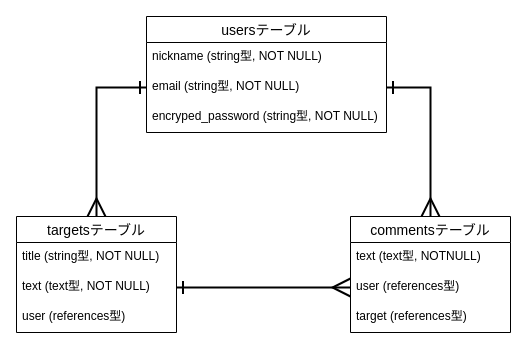
Above: test.dio in shizuka-yamamoto/maccho-app (draw.io), before the change. Source tidied: cells renumbered, new cells numbered last; positions are measured from the earlier drawing's top-left corner, leaving out a move shared by most shapes. Both pictures are drawn from the tidied source at 100%, with x=0, y=0 at pixel (16, 16).
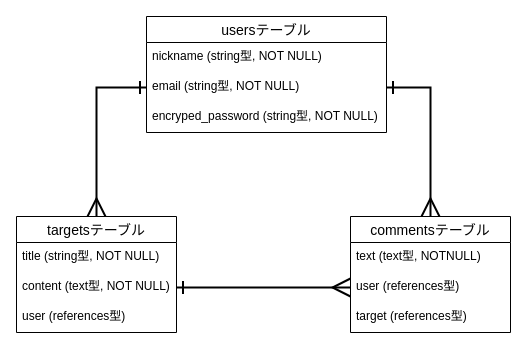
The same diagram, later.

Commit message (it also covers changes not shown here):
カラム名の修正

What changed in the source:
```diff
@@
 <mxGraphModel>
   <root>
     <mxCell id="0" />
     <mxCell id="1" parent="0" />
     <mxCell id="2" value="usersテーブル" style="swimlane;fontStyle=0;horizontal=1;startSize=26;align=center;fontSize=14;labelBackgroundColor=none;" parent="1" vertex="1">
       <mxGeometry x="130" width="240" height="116" as="geometry" />
     </mxCell>
     <mxCell id="3" value="nickname (string型, NOT NULL)" style="text;strokeColor=none;fillColor=none;spacingLeft=4;spacingRight=4;overflow=hidden;fontSize=12;" parent="2" vertex="1">
       <mxGeometry y="26" width="240" height="30" as="geometry" />
     </mxCell>
     <mxCell id="4" value="email (string型, NOT NULL)" style="text;strokeColor=none;fillColor=none;spacingLeft=4;spacingRight=4;overflow=hidden;points=[[0,0.5],[1,0.5]];portConstraint=eastwest;fontSize=12;" parent="2" vertex="1">
       <mxGeometry y="56" width="240" height="30" as="geometry" />
     </mxCell>
     <mxCell id="5" value="encryped_password (string型, NOT NULL)" style="text;strokeColor=none;fillColor=none;spacingLeft=4;spacingRight=4;overflow=hidden;fontSize=12;" parent="2" vertex="1">
       <mxGeometry y="86" width="240" height="30" as="geometry" />
     </mxCell>
     <mxCell id="6" style="edgeStyle=orthogonalEdgeStyle;rounded=0;jettySize=auto;html=1;entryX=0;entryY=0.5;entryDx=0;entryDy=0;endArrow=ERone;endFill=0;endSize=10;startArrow=ERmany;startFill=0;startSize=15;strokeWidth=2;" parent="1" edge="1" source="7" target="4">
       <mxGeometry relative="1" as="geometry" />
     </mxCell>
     <mxCell id="7" value="targetsテーブル" style="swimlane;fontStyle=0;horizontal=1;startSize=26;align=center;fontSize=14;" parent="1" vertex="1">
       <mxGeometry y="200" width="160" height="116" as="geometry" />
     </mxCell>
     <mxCell id="8" value="title (string型, NOT NULL)" style="text;strokeColor=none;fillColor=none;spacingLeft=4;spacingRight=4;overflow=hidden;fontSize=12;" parent="7" vertex="1">
       <mxGeometry y="26" width="160" height="30" as="geometry" />
     </mxCell>
-    <mxCell id="9" value="text (text型, NOT NULL)" style="text;strokeColor=none;fillColor=none;spacingLeft=4;spacingRight=4;overflow=hidden;points=[[0,0.5],[1,0.5]];portConstraint=eastwest;fontSize=12;" parent="7" vertex="1">
+    <mxCell id="9" value="content (text型, NOT NULL)" style="text;strokeColor=none;fillColor=none;spacingLeft=4;spacingRight=4;overflow=hidden;points=[[0,0.5],[1,0.5]];portConstraint=eastwest;fontSize=12;" parent="7" vertex="1">
       <mxGeometry y="56" width="160" height="30" as="geometry" />
     </mxCell>
     <mxCell id="10" value="user (references型)" style="text;strokeColor=none;fillColor=none;spacingLeft=4;spacingRight=4;overflow=hidden;fontSize=12;" parent="7" vertex="1">
       <mxGeometry y="86" width="160" height="30" as="geometry" />
     </mxCell>
     <mxCell id="11" style="edgeStyle=orthogonalEdgeStyle;rounded=0;jettySize=auto;html=1;exitX=0.5;exitY=0;exitDx=0;exitDy=0;entryX=1;entryY=0.5;entryDx=0;entryDy=0;startArrow=ERmany;startFill=0;endArrow=ERone;endFill=0;startSize=15;endSize=10;strokeWidth=2;" parent="1" edge="1" source="12" target="4">
       <mxGeometry relative="1" as="geometry" />
     </mxCell>
     <mxCell id="12" value="commentsテーブル" style="swimlane;fontStyle=0;horizontal=1;startSize=26;align=center;fontSize=14;" parent="1" vertex="1">
       <mxGeometry x="334" y="200" width="160" height="116" as="geometry" />
     </mxCell>
     <mxCell id="13" value="text (text型, NOTNULL)" style="text;strokeColor=none;fillColor=none;spacingLeft=4;spacingRight=4;overflow=hidden;fontSize=12;" parent="12" vertex="1">
       <mxGeometry y="26" width="160" height="30" as="geometry" />
     </mxCell>
     <mxCell id="14" value="user (references型)" style="text;strokeColor=none;fillColor=none;spacingLeft=4;spacingRight=4;overflow=hidden;points=[[0,0.5],[1,0.5]];portConstraint=eastwest;fontSize=12;" parent="12" vertex="1">
       <mxGeometry y="56" width="160" height="30" as="geometry" />
     </mxCell>
     <mxCell id="15" value="target (references型)" style="text;strokeColor=none;fillColor=none;spacingLeft=4;spacingRight=4;overflow=hidden;fontSize=12;" parent="12" vertex="1">
       <mxGeometry y="86" width="160" height="30" as="geometry" />
     </mxCell>
     <mxCell id="16" style="edgeStyle=orthogonalEdgeStyle;rounded=0;jettySize=auto;html=1;exitX=1;exitY=0.5;exitDx=0;exitDy=0;entryX=0;entryY=0.5;entryDx=0;entryDy=0;startArrow=ERone;startFill=0;endArrow=ERmany;endFill=0;startSize=10;endSize=15;strokeWidth=2;" parent="1" edge="1" source="9" target="14">
       <mxGeometry relative="1" as="geometry" />
     </mxCell>
   </root>
 </mxGraphModel>
```
